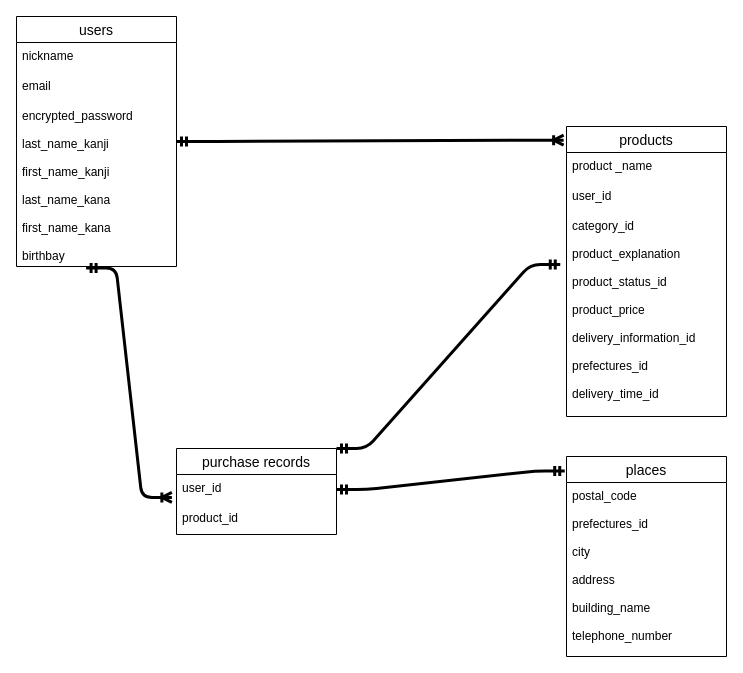
Before: ER図.dio in nicole0818/furima-35637, a draw.io diagram. Source tidied: cells renumbered, new cells numbered last; positions are measured from the earlier drawing's top-left corner, leaving out a move shared by most shapes. Both pictures are drawn from the tidied source at 100%, with x=0, y=0 at pixel (16, 16).
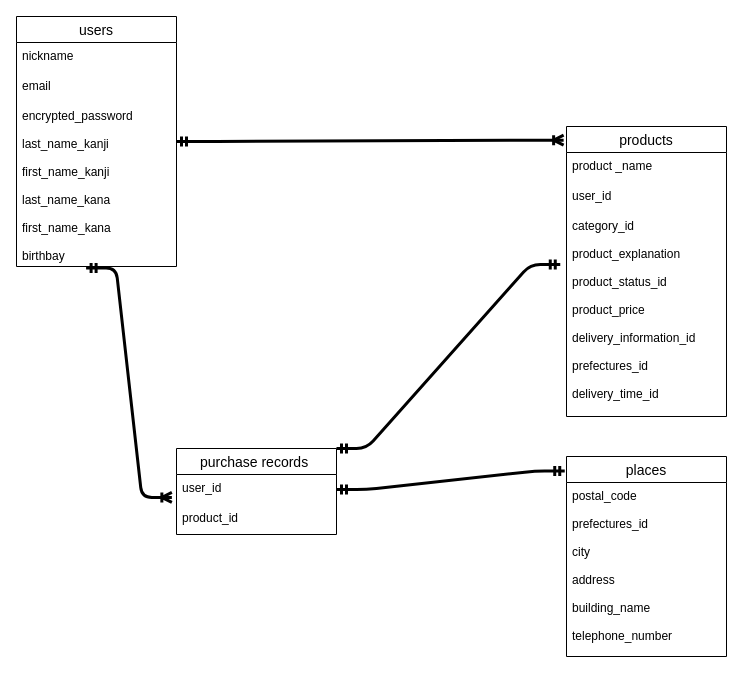
Above is the later version.

What changed in the source:
```diff
@@
 <mxGraphModel>
   <root>
     <mxCell id="0" />
     <mxCell id="1" parent="0" />
     <mxCell id="2" value="users" style="swimlane;fontStyle=0;horizontal=1;startSize=26;align=center;fontSize=14;" parent="1" vertex="1">
       <mxGeometry width="160" height="250" as="geometry" />
     </mxCell>
     <mxCell id="3" value="nickname" style="text;strokeColor=none;fillColor=none;spacingLeft=4;spacingRight=4;overflow=hidden;fontSize=12;" parent="2" vertex="1">
       <mxGeometry y="26" width="160" height="30" as="geometry" />
     </mxCell>
     <mxCell id="4" value="email" style="text;strokeColor=none;fillColor=none;spacingLeft=4;spacingRight=4;overflow=hidden;fontSize=12;" parent="2" vertex="1">
       <mxGeometry y="56" width="160" height="30" as="geometry" />
     </mxCell>
     <mxCell id="5" value="encrypted_password&#10;&#10;last_name_kanji&#10;&#10;first_name_kanji&#10;&#10;last_name_kana&#10;&#10;first_name_kana&#10;&#10;birthbay" style="text;strokeColor=none;fillColor=none;spacingLeft=4;spacingRight=4;overflow=hidden;points=[[0,0.5],[1,0.5]];portConstraint=eastwest;fontSize=12;" parent="2" vertex="1">
       <mxGeometry y="86" width="160" height="164" as="geometry" />
     </mxCell>
     <mxCell id="6" value="products" style="swimlane;fontStyle=0;horizontal=1;startSize=26;align=center;fontSize=14;" parent="1" vertex="1">
       <mxGeometry x="550" y="110" width="160" height="290" as="geometry" />
     </mxCell>
     <mxCell id="7" value="product _name" style="text;strokeColor=none;fillColor=none;spacingLeft=4;spacingRight=4;overflow=hidden;fontSize=12;" parent="6" vertex="1">
       <mxGeometry y="26" width="160" height="30" as="geometry" />
     </mxCell>
     <mxCell id="8" value="user_id" style="text;strokeColor=none;fillColor=none;spacingLeft=4;spacingRight=4;overflow=hidden;fontSize=12;" parent="6" vertex="1">
       <mxGeometry y="56" width="160" height="30" as="geometry" />
     </mxCell>
     <mxCell id="9" value="category_id&#10;&#10;product_explanation&#10;&#10;product_status_id&#10;&#10;product_price&#10;&#10;delivery_information_id&#10;&#10;prefectures_id&#10;&#10;delivery_time_id" style="text;strokeColor=none;fillColor=none;spacingLeft=4;spacingRight=4;overflow=hidden;points=[[0,0.5],[1,0.5]];portConstraint=eastwest;fontSize=12;" parent="6" vertex="1">
       <mxGeometry y="86" width="160" height="204" as="geometry" />
     </mxCell>
     <mxCell id="10" value="places" style="swimlane;fontStyle=0;horizontal=1;startSize=26;align=center;fontSize=14;" parent="1" vertex="1">
       <mxGeometry x="550" y="440" width="160" height="200" as="geometry" />
     </mxCell>
     <mxCell id="11" value="postal_code&#10;&#10;prefectures_id&#10;&#10;city&#10;&#10;address&#10;&#10;building_name&#10;&#10;telephone_number" style="text;strokeColor=none;fillColor=none;spacingLeft=4;spacingRight=4;overflow=hidden;fontSize=12;" parent="10" vertex="1">
       <mxGeometry y="26" width="160" height="174" as="geometry" />
     </mxCell>
-    <mxCell id="12" value="purchase records" style="swimlane;fontStyle=0;horizontal=1;startSize=26;align=center;fontSize=14;" parent="1" vertex="1">
+    <mxCell id="12" value="purchase records " style="swimlane;fontStyle=0;horizontal=1;startSize=26;align=center;fontSize=14;" parent="1" vertex="1">
       <mxGeometry x="160" y="432" width="160" height="86" as="geometry" />
     </mxCell>
     <mxCell id="13" value="user_id" style="text;strokeColor=none;fillColor=none;spacingLeft=4;spacingRight=4;overflow=hidden;points=[[0,0.5],[1,0.5]];portConstraint=eastwest;fontSize=12;" parent="12" vertex="1">
       <mxGeometry y="26" width="160" height="30" as="geometry" />
     </mxCell>
     <mxCell id="14" value="product_id" style="text;strokeColor=none;fillColor=none;spacingLeft=4;spacingRight=4;overflow=hidden;fontSize=12;" parent="12" vertex="1">
       <mxGeometry y="56" width="160" height="30" as="geometry" />
     </mxCell>
     <mxCell id="15" style="edgeStyle=entityRelationEdgeStyle;fontSize=12;html=1;endArrow=ERoneToMany;startArrow=ERmandOne;strokeWidth=3;entryX=-0.018;entryY=0.047;entryDx=0;entryDy=0;entryPerimeter=0;" parent="1" edge="1" source="2" target="6">
       <mxGeometry relative="1" as="geometry" />
     </mxCell>
     <mxCell id="16" style="edgeStyle=entityRelationEdgeStyle;fontSize=12;html=1;endArrow=ERoneToMany;startArrow=ERmandOne;strokeWidth=3;entryX=-0.029;entryY=0.765;entryDx=0;entryDy=0;entryPerimeter=0;exitX=0.435;exitY=1.009;exitDx=0;exitDy=0;exitPerimeter=0;" parent="1" edge="1" source="5" target="13">
       <mxGeometry relative="1" as="geometry" />
     </mxCell>
     <mxCell id="17" style="edgeStyle=entityRelationEdgeStyle;fontSize=12;html=1;endArrow=ERmandOne;startArrow=ERmandOne;strokeWidth=3;entryX=-0.011;entryY=0.073;entryDx=0;entryDy=0;entryPerimeter=0;exitX=1;exitY=0.5;exitDx=0;exitDy=0;" parent="1" edge="1" source="13" target="10">
       <mxGeometry relative="1" as="geometry" />
     </mxCell>
     <mxCell id="18" style="edgeStyle=entityRelationEdgeStyle;fontSize=12;html=1;endArrow=ERmandOne;startArrow=ERmandOne;strokeWidth=3;exitX=-0.039;exitY=0.255;exitDx=0;exitDy=0;exitPerimeter=0;entryX=1;entryY=0;entryDx=0;entryDy=0;" parent="1" edge="1" source="9" target="12">
       <mxGeometry relative="1" as="geometry" />
     </mxCell>
   </root>
 </mxGraphModel>
```
